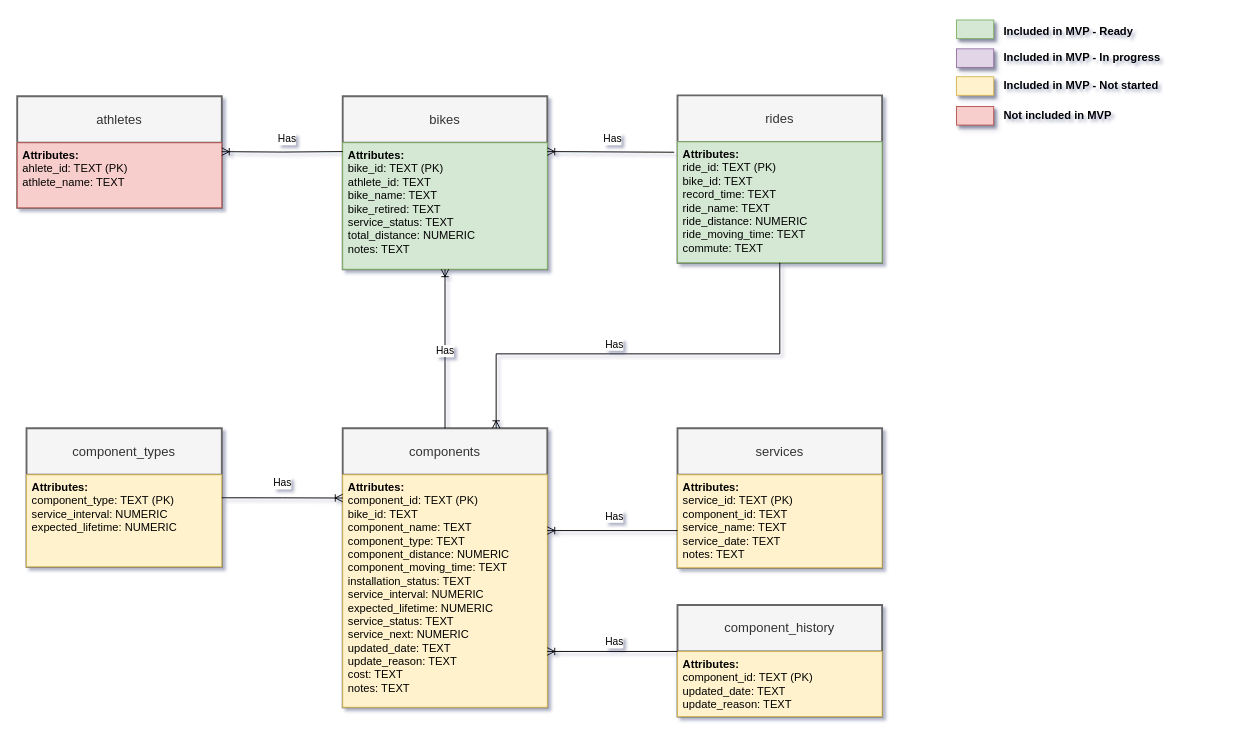
This is page "ER diagram" (3 of 5) of docs/all_diagrams.drawio from xivind/velo-supervisor-2000, a draw.io file, before an edit. Source tidied: cells renumbered, new cells numbered last; positions are measured from the earlier drawing's top-left corner, leaving out a move shared by most shapes. Both pictures are drawn from the tidied source at 93%, with x=0, y=0 at pixel (17, 18).
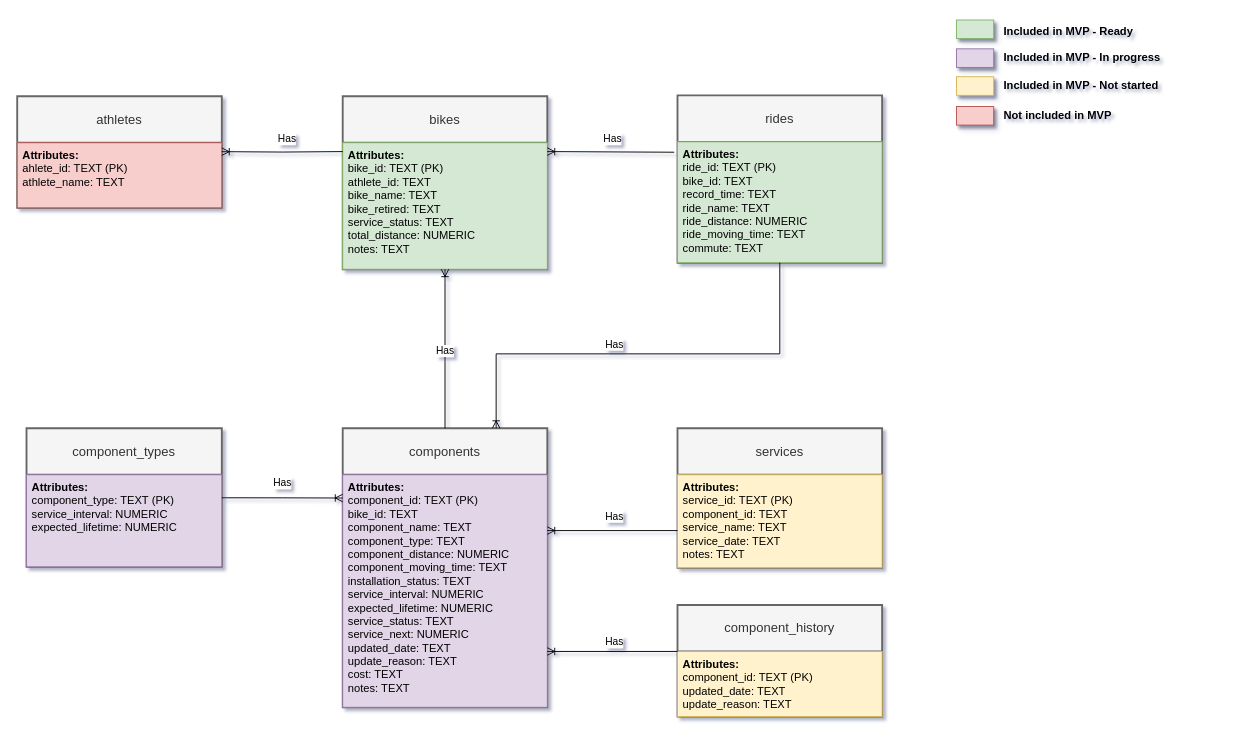
The same page after the edit.

Unchanged cells that the change refers to:
```xml
<mxCell id="8" value="components" style="swimlane;horizontal=1;startSize=50;rounded=0;fontSize=14;fontStyle=0;strokeWidth=2;shadow=0;dashed=0;align=center;arcSize=0;whiteSpace=wrap;html=1;fillColor=#f5f5f5;strokeColor=#666666;fontColor=#333333;" parent="1" vertex="1">
  <mxGeometry x="350" y="441" width="220" height="300" as="geometry" />
</mxCell>
<mxCell id="22" value="component_types" style="swimlane;horizontal=1;startSize=50;rounded=0;fontSize=14;fontStyle=0;strokeWidth=2;shadow=0;dashed=0;align=center;arcSize=0;whiteSpace=wrap;html=1;fillColor=#f5f5f5;strokeColor=#666666;fontColor=#333333;" parent="1" vertex="1">
  <mxGeometry x="10" y="441" width="210" height="149" as="geometry" />
</mxCell>
```

Change to the diagram source:
```diff
@@
-    <mxCell id="9" value="&lt;div&gt;&lt;span style=&quot;background-color: initial;&quot;&gt;&lt;b&gt;Attributes:&lt;/b&gt;&lt;/span&gt;&lt;/div&gt;&lt;div&gt;&lt;span style=&quot;background-color: initial;&quot;&gt;component_id&lt;/span&gt;&lt;span style=&quot;background-color: initial;&quot;&gt;: TEXT&lt;/span&gt;&lt;span style=&quot;background-color: initial;&quot;&gt;&amp;nbsp;(PK)&lt;/span&gt;&lt;/div&gt;&lt;div&gt;bike_id&lt;span style=&quot;background-color: initial;&quot;&gt;: TEXT&lt;/span&gt;&lt;/div&gt;component_name: TEXT&lt;div&gt;component_type&lt;span style=&quot;background-color: initial;&quot;&gt;: TEXT&lt;/span&gt;&lt;/div&gt;&lt;div&gt;component_distance&lt;span style=&quot;background-color: initial;&quot;&gt;: NUMERIC&lt;/span&gt;&lt;br&gt;&lt;/div&gt;&lt;div&gt;component_moving_time&lt;span style=&quot;background-color: initial;&quot;&gt;: TEXT&lt;/span&gt;&lt;br&gt;&lt;/div&gt;&lt;div&gt;installation_status&lt;span style=&quot;background-color: initial;&quot;&gt;: TEXT&lt;/span&gt;&lt;/div&gt;&lt;div&gt;service_interval&lt;span style=&quot;background-color: initial;&quot;&gt;: NUMERIC&lt;/span&gt;&lt;/div&gt;&lt;div&gt;expected_lifetime&lt;span style=&quot;background-color: initial;&quot;&gt;: NUMERIC&lt;/span&gt;&lt;/div&gt;&lt;div&gt;service_status&lt;span style=&quot;background-color: initial;&quot;&gt;: TEXT&lt;/span&gt;&lt;/div&gt;&lt;div&gt;service_next&lt;span style=&quot;background-color: initial;&quot;&gt;: NUMERIC&lt;/span&gt;&lt;/div&gt;&lt;div&gt;&lt;span style=&quot;background-color: initial;&quot;&gt;updated_d&lt;/span&gt;&lt;span style=&quot;background-color: initial;&quot;&gt;ate&lt;/span&gt;&lt;span style=&quot;background-color: initial;&quot;&gt;: TEXT&lt;/span&gt;&lt;br&gt;&lt;/div&gt;&lt;div&gt;update_reason&lt;span style=&quot;background-color: initial;&quot;&gt;: TEXT&lt;/span&gt;&lt;/div&gt;&lt;div&gt;cost&lt;span style=&quot;background-color: initial;&quot;&gt;: TEXT&lt;/span&gt;&lt;/div&gt;&lt;div&gt;notes&lt;span style=&quot;background-color: initial;&quot;&gt;: TEXT&lt;/span&gt;&lt;/div&gt;" style="align=left;spacingLeft=4;fontSize=12;verticalAlign=top;html=1;rounded=0;fillColor=#fff2cc;strokeColor=#d6b656;" parent="8" vertex="1">
+    <mxCell id="9" value="&lt;div&gt;&lt;span style=&quot;background-color: initial;&quot;&gt;&lt;b&gt;Attributes:&lt;/b&gt;&lt;/span&gt;&lt;/div&gt;&lt;div&gt;&lt;span style=&quot;background-color: initial;&quot;&gt;component_id&lt;/span&gt;&lt;span style=&quot;background-color: initial;&quot;&gt;: TEXT&lt;/span&gt;&lt;span style=&quot;background-color: initial;&quot;&gt;&amp;nbsp;(PK)&lt;/span&gt;&lt;/div&gt;&lt;div&gt;bike_id&lt;span style=&quot;background-color: initial;&quot;&gt;: TEXT&lt;/span&gt;&lt;/div&gt;component_name: TEXT&lt;div&gt;component_type&lt;span style=&quot;background-color: initial;&quot;&gt;: TEXT&lt;/span&gt;&lt;/div&gt;&lt;div&gt;component_distance&lt;span style=&quot;background-color: initial;&quot;&gt;: NUMERIC&lt;/span&gt;&lt;br&gt;&lt;/div&gt;&lt;div&gt;component_moving_time&lt;span style=&quot;background-color: initial;&quot;&gt;: TEXT&lt;/span&gt;&lt;br&gt;&lt;/div&gt;&lt;div&gt;installation_status&lt;span style=&quot;background-color: initial;&quot;&gt;: TEXT&lt;/span&gt;&lt;/div&gt;&lt;div&gt;service_interval&lt;span style=&quot;background-color: initial;&quot;&gt;: NUMERIC&lt;/span&gt;&lt;/div&gt;&lt;div&gt;expected_lifetime&lt;span style=&quot;background-color: initial;&quot;&gt;: NUMERIC&lt;/span&gt;&lt;/div&gt;&lt;div&gt;service_status&lt;span style=&quot;background-color: initial;&quot;&gt;: TEXT&lt;/span&gt;&lt;/div&gt;&lt;div&gt;service_next&lt;span style=&quot;background-color: initial;&quot;&gt;: NUMERIC&lt;/span&gt;&lt;/div&gt;&lt;div&gt;&lt;span style=&quot;background-color: initial;&quot;&gt;updated_d&lt;/span&gt;&lt;span style=&quot;background-color: initial;&quot;&gt;ate&lt;/span&gt;&lt;span style=&quot;background-color: initial;&quot;&gt;: TEXT&lt;/span&gt;&lt;br&gt;&lt;/div&gt;&lt;div&gt;update_reason&lt;span style=&quot;background-color: initial;&quot;&gt;: TEXT&lt;/span&gt;&lt;/div&gt;&lt;div&gt;cost&lt;span style=&quot;background-color: initial;&quot;&gt;: TEXT&lt;/span&gt;&lt;/div&gt;&lt;div&gt;notes&lt;span style=&quot;background-color: initial;&quot;&gt;: TEXT&lt;/span&gt;&lt;/div&gt;" style="align=left;spacingLeft=4;fontSize=12;verticalAlign=top;html=1;rounded=0;fillColor=#e1d5e7;strokeColor=#9673a6;" parent="8" vertex="1">
       <mxGeometry y="50" width="220" height="250" as="geometry" />
     </mxCell>
@@
-    <mxCell id="23" value="&lt;div&gt;&lt;b&gt;Attributes:&lt;/b&gt;&lt;br&gt;&lt;/div&gt;&lt;div&gt;component_type&lt;span style=&quot;background-color: initial;&quot;&gt;: TEXT&lt;/span&gt;&lt;span style=&quot;background-color: initial;&quot;&gt;&amp;nbsp;(PK)&lt;/span&gt;&lt;/div&gt;&lt;div&gt;service_interval&lt;span style=&quot;background-color: initial;&quot;&gt;: NUMERIC&lt;/span&gt;&lt;/div&gt;&lt;div&gt;expected_lifetime&lt;span style=&quot;background-color: initial;&quot;&gt;: NUMERIC&lt;/span&gt;&lt;/div&gt;" style="align=left;spacingLeft=4;fontSize=12;verticalAlign=top;html=1;rounded=0;fillColor=#fff2cc;strokeColor=#d6b656;" parent="22" vertex="1">
+    <mxCell id="23" value="&lt;div&gt;&lt;b&gt;Attributes:&lt;/b&gt;&lt;br&gt;&lt;/div&gt;&lt;div&gt;component_type&lt;span style=&quot;background-color: initial;&quot;&gt;: TEXT&lt;/span&gt;&lt;span style=&quot;background-color: initial;&quot;&gt;&amp;nbsp;(PK)&lt;/span&gt;&lt;/div&gt;&lt;div&gt;service_interval&lt;span style=&quot;background-color: initial;&quot;&gt;: NUMERIC&lt;/span&gt;&lt;/div&gt;&lt;div&gt;expected_lifetime&lt;span style=&quot;background-color: initial;&quot;&gt;: NUMERIC&lt;/span&gt;&lt;/div&gt;" style="align=left;spacingLeft=4;fontSize=12;verticalAlign=top;html=1;rounded=0;fillColor=#e1d5e7;strokeColor=#9673a6;" parent="22" vertex="1">
       <mxGeometry y="50" width="210" height="99" as="geometry" />
     </mxCell>
```
